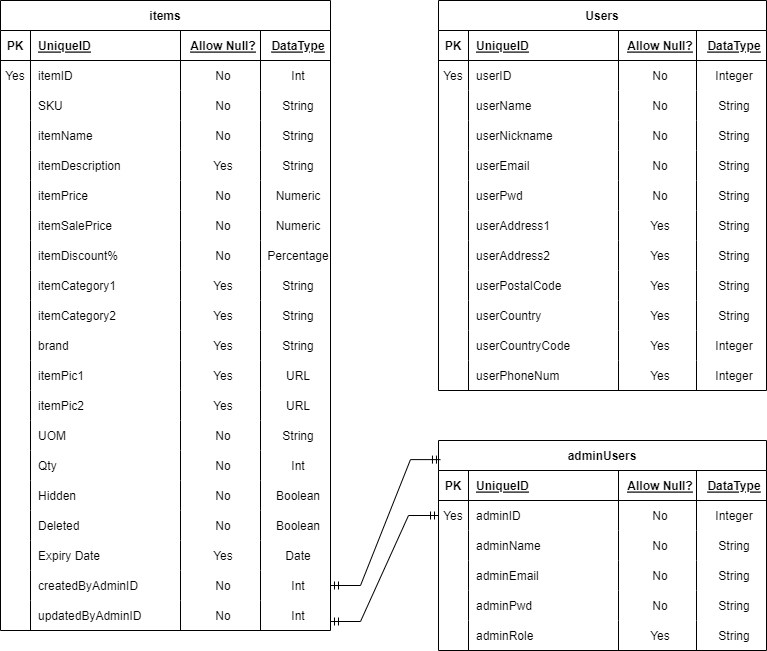
The draw.io diagram reference/group project 2 ERD.png in SDICohort4-Group4/G4-Project1, before a commit. Source tidied: cells renumbered, new cells last; positions are measured from the earlier drawing's top-left corner, leaving out a move shared by most shapes.
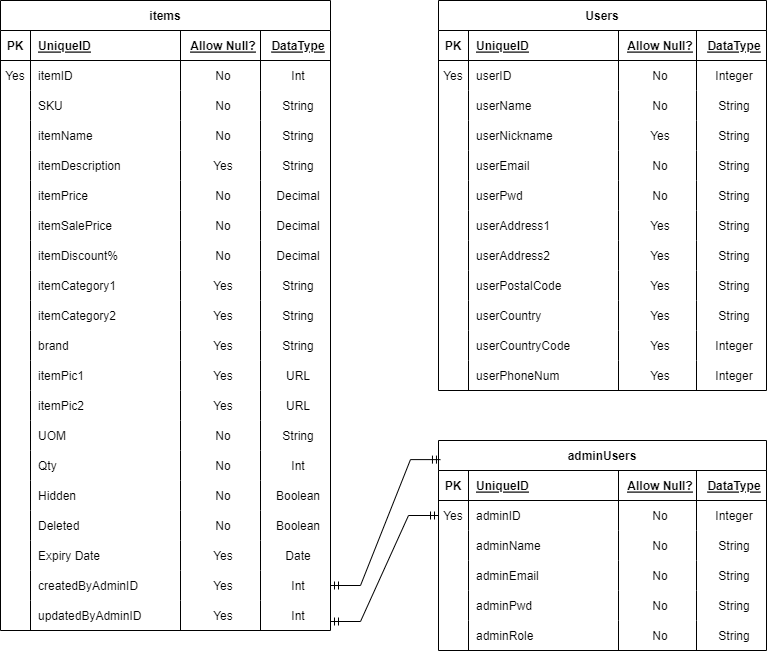
After the commit.

The edit, as a diff of the source:
```diff
@@ -92,7 +92,7 @@
     <mxCell id="31" value="No" style="shape=partialRectangle;fillColor=none;top=0;left=0;bottom=0;right=0;align=center;spacingLeft=6;overflow=hidden;" parent="28" vertex="1">
       <mxGeometry x="180" width="80" height="30" as="geometry" />
     </mxCell>
-    <mxCell id="32" value="Numeric" style="shape=partialRectangle;fillColor=none;top=0;left=0;bottom=0;right=0;align=center;spacingLeft=6;overflow=hidden;" parent="28" vertex="1">
+    <mxCell id="32" value="Decimal" style="shape=partialRectangle;fillColor=none;top=0;left=0;bottom=0;right=0;align=center;spacingLeft=6;overflow=hidden;" parent="28" vertex="1">
       <mxGeometry x="260" width="70" height="30" as="geometry" />
     </mxCell>
     <mxCell id="33" style="shape=tableRow;horizontal=0;startSize=0;swimlaneHead=0;swimlaneBody=0;fillColor=none;top=0;left=0;right=0;bottom=0;" parent="2" vertex="1">
@@ -107,7 +107,7 @@
     <mxCell id="36" value="No" style="shape=partialRectangle;fillColor=none;top=0;left=0;bottom=0;right=0;align=center;spacingLeft=6;overflow=hidden;" parent="33" vertex="1">
       <mxGeometry x="180" width="80" height="30" as="geometry" />
     </mxCell>
-    <mxCell id="37" value="Numeric" style="shape=partialRectangle;fillColor=none;top=0;left=0;bottom=0;right=0;align=center;spacingLeft=6;overflow=hidden;" parent="33" vertex="1">
+    <mxCell id="37" value="Decimal" style="shape=partialRectangle;fillColor=none;top=0;left=0;bottom=0;right=0;align=center;spacingLeft=6;overflow=hidden;" parent="33" vertex="1">
       <mxGeometry x="260" width="70" height="30" as="geometry" />
     </mxCell>
     <mxCell id="38" style="shape=tableRow;horizontal=0;startSize=0;swimlaneHead=0;swimlaneBody=0;fillColor=none;top=0;left=0;right=0;bottom=0;" parent="2" vertex="1">
@@ -122,7 +122,7 @@
     <mxCell id="41" value="No" style="shape=partialRectangle;fillColor=none;top=0;left=0;bottom=0;right=0;align=center;spacingLeft=6;overflow=hidden;" parent="38" vertex="1">
       <mxGeometry x="180" width="80" height="30" as="geometry" />
     </mxCell>
-    <mxCell id="42" value="Percentage" style="shape=partialRectangle;fillColor=none;top=0;left=0;bottom=0;right=0;align=center;spacingLeft=6;overflow=hidden;" parent="38" vertex="1">
+    <mxCell id="42" value="Decimal" style="shape=partialRectangle;fillColor=none;top=0;left=0;bottom=0;right=0;align=center;spacingLeft=6;overflow=hidden;" parent="38" vertex="1">
       <mxGeometry x="260" width="70" height="30" as="geometry" />
     </mxCell>
     <mxCell id="43" style="shape=tableRow;horizontal=0;startSize=0;swimlaneHead=0;swimlaneBody=0;fillColor=none;top=0;left=0;right=0;bottom=0;" parent="2" vertex="1">
@@ -284,7 +284,7 @@
     <mxCell id="95" value="createdByAdminID" style="shape=partialRectangle;fillColor=none;top=0;left=0;bottom=0;right=0;align=left;spacingLeft=6;overflow=hidden;" parent="93" vertex="1">
       <mxGeometry x="30" width="150" height="30" as="geometry" />
     </mxCell>
-    <mxCell id="96" value="No" style="shape=partialRectangle;fillColor=none;top=0;left=0;bottom=0;right=0;align=center;spacingLeft=6;overflow=hidden;" parent="93" vertex="1">
+    <mxCell id="96" value="Yes" style="shape=partialRectangle;fillColor=none;top=0;left=0;bottom=0;right=0;align=center;spacingLeft=6;overflow=hidden;" parent="93" vertex="1">
       <mxGeometry x="180" width="80" height="30" as="geometry" />
     </mxCell>
     <mxCell id="97" value="Int" style="shape=partialRectangle;fillColor=none;top=0;left=0;bottom=0;right=0;align=center;spacingLeft=6;overflow=hidden;" parent="93" vertex="1">
@@ -299,7 +299,7 @@
     <mxCell id="100" value="updatedByAdminID" style="shape=partialRectangle;fillColor=none;top=0;left=0;bottom=0;right=0;align=left;spacingLeft=6;overflow=hidden;" parent="98" vertex="1">
       <mxGeometry x="30" width="150" height="30" as="geometry" />
     </mxCell>
-    <mxCell id="101" value="No" style="shape=partialRectangle;fillColor=none;top=0;left=0;bottom=0;right=0;align=center;spacingLeft=6;overflow=hidden;" parent="98" vertex="1">
+    <mxCell id="101" value="Yes" style="shape=partialRectangle;fillColor=none;top=0;left=0;bottom=0;right=0;align=center;spacingLeft=6;overflow=hidden;" parent="98" vertex="1">
       <mxGeometry x="180" width="80" height="30" as="geometry" />
     </mxCell>
     <mxCell id="102" value="Int" style="shape=partialRectangle;fillColor=none;top=0;left=0;bottom=0;right=0;align=center;spacingLeft=6;overflow=hidden;" parent="98" vertex="1">
@@ -362,7 +362,7 @@
     <mxCell id="121" value="userNickname" style="shape=partialRectangle;fillColor=none;top=0;left=0;bottom=0;right=0;align=left;spacingLeft=6;overflow=hidden;" parent="119" vertex="1">
       <mxGeometry x="30" width="150" height="30" as="geometry" />
     </mxCell>
-    <mxCell id="122" value="No" style="shape=partialRectangle;fillColor=none;top=0;left=0;bottom=0;right=0;align=center;spacingLeft=6;overflow=hidden;" parent="119" vertex="1">
+    <mxCell id="122" value="Yes" style="shape=partialRectangle;fillColor=none;top=0;left=0;bottom=0;right=0;align=center;spacingLeft=6;overflow=hidden;" parent="119" vertex="1">
       <mxGeometry x="180" width="78" height="30" as="geometry" />
     </mxCell>
     <mxCell id="123" value="String" style="shape=partialRectangle;fillColor=none;top=0;left=0;bottom=0;right=0;align=center;spacingLeft=6;overflow=hidden;" parent="119" vertex="1">
@@ -575,7 +575,7 @@
     <mxCell id="192" value="adminRole" style="shape=partialRectangle;fillColor=none;top=0;left=0;bottom=0;right=0;align=left;spacingLeft=6;overflow=hidden;" parent="190" vertex="1">
       <mxGeometry x="30" width="150" height="30" as="geometry" />
     </mxCell>
-    <mxCell id="193" value="Yes" style="shape=partialRectangle;fillColor=none;top=0;left=0;bottom=0;right=0;align=center;spacingLeft=6;overflow=hidden;" parent="190" vertex="1">
+    <mxCell id="193" value="No" style="shape=partialRectangle;fillColor=none;top=0;left=0;bottom=0;right=0;align=center;spacingLeft=6;overflow=hidden;" parent="190" vertex="1">
       <mxGeometry x="180" width="78" height="30" as="geometry" />
     </mxCell>
     <mxCell id="194" value="String" style="shape=partialRectangle;fillColor=none;top=0;left=0;bottom=0;right=0;align=center;spacingLeft=6;overflow=hidden;" parent="190" vertex="1">
```
